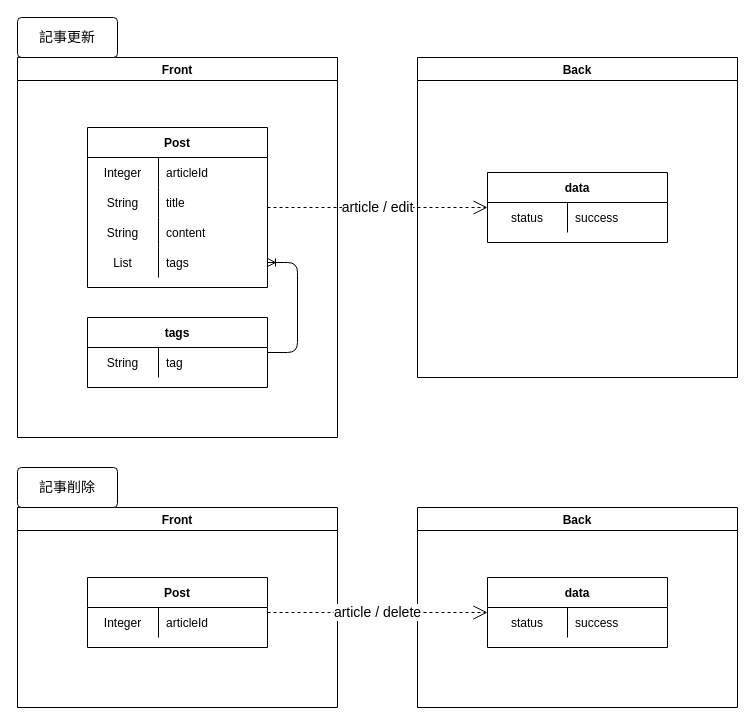
Before: page "[更新]記事" (16 of 17) of Designs/基本設計.drawio in yusuke-rakus/Qiish, a draw.io diagram. Source tidied: cells renumbered, new cells numbered last; positions are measured from the earlier drawing's top-left corner, leaving out a move shared by most shapes. Both pictures are drawn from the tidied source at 100%, with x=0, y=0 at pixel (17, 17).
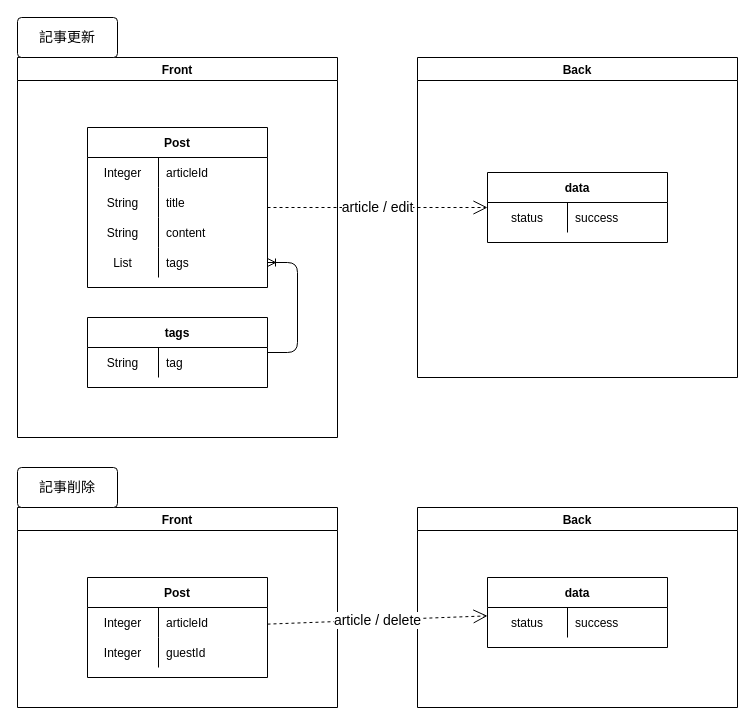
The same page after the edit.

Unchanged cells that the change refers to:
```xml
<mxCell id="27" value="Front" style="swimlane;" parent="1" vertex="1">
  <mxGeometry y="490" width="320" height="200" as="geometry" />
</mxCell>
```

Diff of the diagram source:
```diff
@@
     <mxCell id="28" value="Post" style="shape=table;startSize=30;childLayout=tableLayout;rowLines=0;fontStyle=1;align=center;" parent="27" vertex="1">
-      <mxGeometry x="70" y="70" width="180" height="70" as="geometry" />
+      <mxGeometry x="70" y="70" width="180" height="100" as="geometry" />
     </mxCell>
@@
+    <mxCell id="40" style="shape=partialRectangle;fillColor=none;top=0;left=0;bottom=0;right=0;" parent="28" vertex="1">
+      <mxGeometry y="60" width="180" height="30" as="geometry" />
+    </mxCell>
+    <mxCell id="41" value="Integer" style="shape=partialRectangle;fillColor=none;top=0;left=0;bottom=0;right=0;overflow=hidden;" parent="40" vertex="1">
+      <mxGeometry width="71" height="30" as="geometry" />
+    </mxCell>
+    <mxCell id="42" value="guestId" style="shape=partialRectangle;fillColor=none;top=0;left=0;bottom=0;right=0;align=left;spacingLeft=6;overflow=hidden;" parent="40" vertex="1">
+      <mxGeometry x="71" width="109" height="30" as="geometry" />
+    </mxCell>
```
